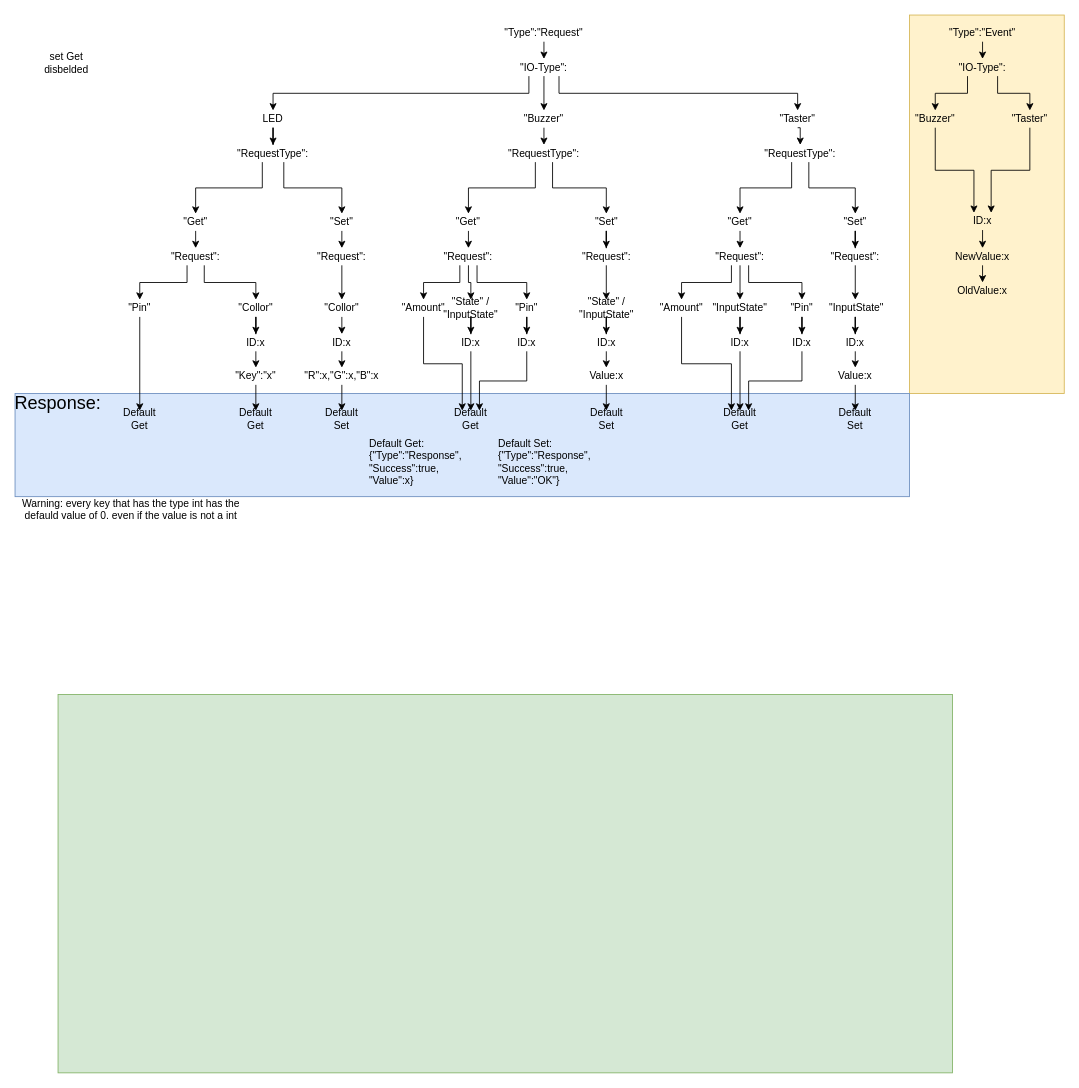
Above: src/BuzzerScript/API Doku NEW.drawio in TheEinfachFelix/GameMaster (draw.io), before the change. Source tidied: cells renumbered, new cells numbered last; positions are measured from the earlier drawing's top-left corner, leaving out a move shared by most shapes. Both pictures are drawn from the tidied source at 86%, with x=0, y=0 at pixel (15, 15).
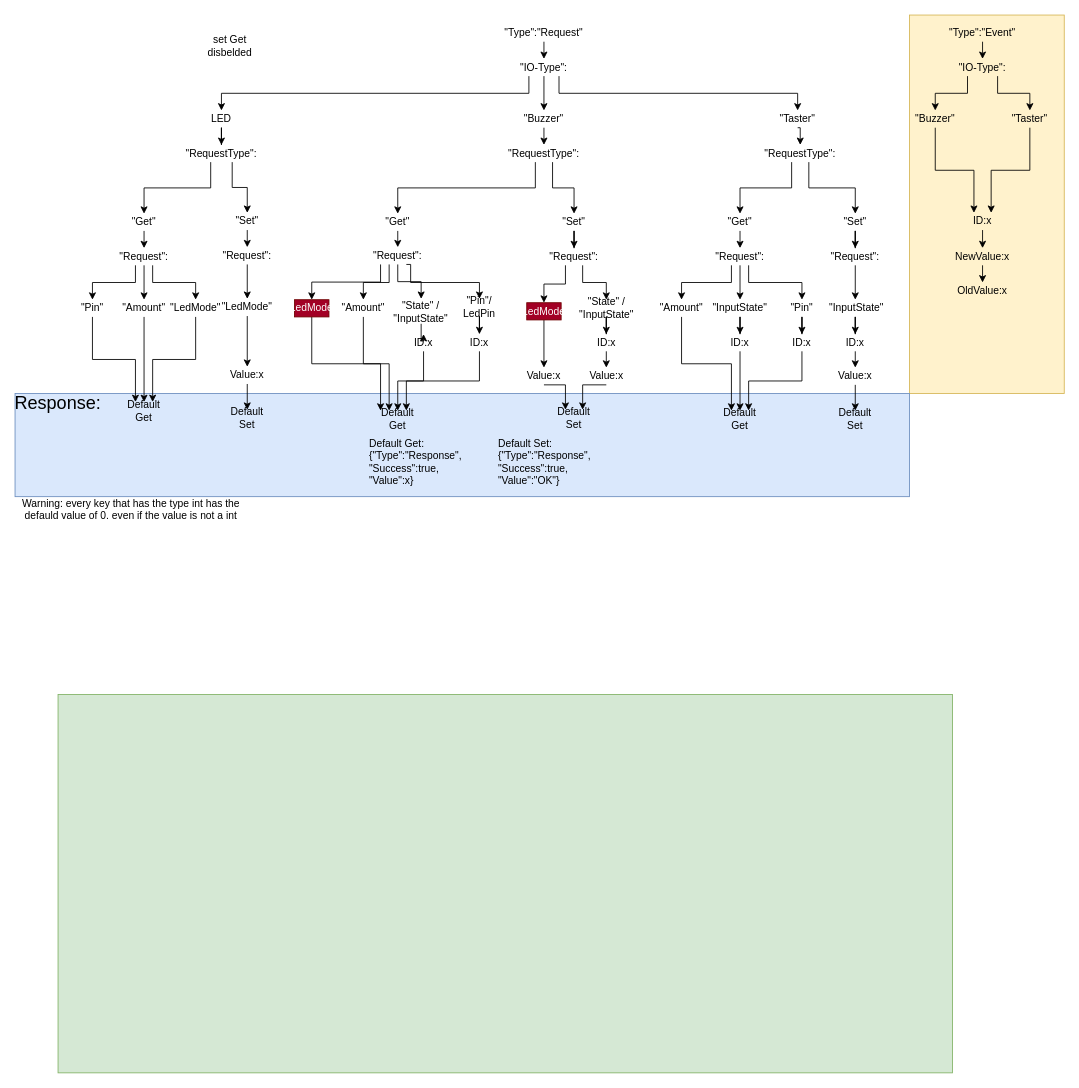
Above is the later version.

Unchanged cells that the change refers to:
```xml
<mxCell id="89" value="Value:x" style="text;html=1;strokeColor=none;fillColor=none;align=center;verticalAlign=middle;whiteSpace=wrap;rounded=0;" parent="1" vertex="1">
  <mxGeometry x="667.5" y="410" width="40" height="20" as="geometry" />
</mxCell>
```

Diff of the diagram source:
```diff
@@
     <mxCell id="9" value="LED" style="text;html=1;strokeColor=none;fillColor=none;align=center;verticalAlign=middle;whiteSpace=wrap;rounded=0;" parent="1" vertex="1">
-      <mxGeometry x="280" y="111" width="40" height="20" as="geometry" />
+      <mxGeometry x="220" y="111" width="40" height="20" as="geometry" />
     </mxCell>
@@
     <mxCell id="19" value="&quot;RequestType&quot;:" style="text;html=1;strokeColor=none;fillColor=none;align=center;verticalAlign=middle;whiteSpace=wrap;rounded=0;" parent="1" vertex="1">
-      <mxGeometry x="275" y="151" width="50" height="20" as="geometry" />
+      <mxGeometry x="215" y="151" width="50" height="20" as="geometry" />
     </mxCell>
@@
     <mxCell id="21" value="&quot;Get&quot;" style="text;html=1;strokeColor=none;fillColor=none;align=center;verticalAlign=middle;whiteSpace=wrap;rounded=0;" parent="1" vertex="1">
-      <mxGeometry x="190" y="231" width="40" height="20" as="geometry" />
+      <mxGeometry x="130" y="231" width="40" height="20" as="geometry" />
     </mxCell>
@@
     <mxCell id="23" value="&quot;Set&quot;" style="text;html=1;strokeColor=none;fillColor=none;align=center;verticalAlign=middle;whiteSpace=wrap;rounded=0;" parent="1" vertex="1">
-      <mxGeometry x="360" y="231" width="40" height="20" as="geometry" />
+      <mxGeometry x="250" y="230" width="40" height="20" as="geometry" />
     </mxCell>
@@
     <mxCell id="28" value="&quot;Get&quot;" style="text;html=1;strokeColor=none;fillColor=none;align=center;verticalAlign=middle;whiteSpace=wrap;rounded=0;" parent="1" vertex="1">
-      <mxGeometry x="507.2" y="231" width="40" height="20" as="geometry" />
+      <mxGeometry x="425" y="231" width="40" height="20" as="geometry" />
     </mxCell>
@@
     <mxCell id="30" value="&quot;Set&quot;" style="text;html=1;strokeColor=none;fillColor=none;align=center;verticalAlign=middle;whiteSpace=wrap;rounded=0;" parent="1" vertex="1">
-      <mxGeometry x="667.5" y="231" width="40" height="20" as="geometry" />
+      <mxGeometry x="630" y="231" width="40" height="20" as="geometry" />
     </mxCell>
@@
-    <mxCell id="37" style="edgeStyle=orthogonalEdgeStyle;rounded=0;jettySize=auto;html=1;exitX=0.75;exitY=1;exitDx=0;exitDy=0;entryX=0.5;entryY=0;entryDx=0;entryDy=0;" parent="1" edge="1" source="38" target="69">
+    <mxCell id="37" style="edgeStyle=orthogonalEdgeStyle;rounded=0;jettySize=auto;html=1;exitX=0.75;exitY=1;exitDx=0;exitDy=0;entryX=0.5;entryY=0;entryDx=0;entryDy=0;" parent="1" edge="1" source="38" target="132">
       <mxGeometry relative="1" as="geometry" />
     </mxCell>
+    <mxCell id="127" style="edgeStyle=orthogonalEdgeStyle;rounded=0;jettySize=auto;html=1;exitX=0.5;exitY=1;exitDx=0;exitDy=0;entryX=0.5;entryY=0;entryDx=0;entryDy=0;" parent="1" edge="1" source="38" target="131">
+      <mxGeometry relative="1" as="geometry" />
+    </mxCell>
     <mxCell id="38" value="&lt;div&gt;&quot;Request&quot;:&lt;/div&gt;" style="text;html=1;strokeColor=none;fillColor=none;align=center;verticalAlign=middle;whiteSpace=wrap;rounded=0;" parent="1" vertex="1">
-      <mxGeometry x="190" y="271" width="40" height="20" as="geometry" />
+      <mxGeometry x="130" y="271" width="40" height="20" as="geometry" />
     </mxCell>
-    <mxCell id="39" style="edgeStyle=orthogonalEdgeStyle;rounded=0;jettySize=auto;html=1;exitX=0.5;exitY=1;exitDx=0;exitDy=0;entryX=0.5;entryY=0;entryDx=0;entryDy=0;" parent="1" edge="1" source="40" target="73">
+    <mxCell id="39" style="edgeStyle=orthogonalEdgeStyle;rounded=0;jettySize=auto;html=1;exitX=0.5;exitY=1;exitDx=0;exitDy=0;entryX=0.5;entryY=0;entryDx=0;entryDy=0;" parent="1" edge="1" source="40" target="133">
       <mxGeometry relative="1" as="geometry" />
     </mxCell>
     <mxCell id="40" value="&lt;div&gt;&quot;Request&quot;:&lt;/div&gt;" style="text;html=1;strokeColor=none;fillColor=none;align=center;verticalAlign=middle;whiteSpace=wrap;rounded=0;" parent="1" vertex="1">
-      <mxGeometry x="360" y="271" width="40" height="20" as="geometry" />
+      <mxGeometry x="250" y="270" width="40" height="20" as="geometry" />
     </mxCell>
-    <mxCell id="41" style="edgeStyle=orthogonalEdgeStyle;rounded=0;jettySize=auto;html=1;exitX=0.5;exitY=1;exitDx=0;exitDy=0;entryX=0.5;entryY=0;entryDx=0;entryDy=0;" parent="1" edge="1" source="43" target="63">
+    <mxCell id="41" style="edgeStyle=orthogonalEdgeStyle;rounded=0;jettySize=auto;html=1;exitX=0.75;exitY=1;exitDx=0;exitDy=0;entryX=0.5;entryY=0;entryDx=0;entryDy=0;" parent="1" edge="1" source="43" target="63">
       <mxGeometry relative="1" as="geometry" />
     </mxCell>
+    <mxCell id="128" style="edgeStyle=orthogonalEdgeStyle;rounded=0;jettySize=auto;html=1;exitX=0;exitY=1;exitDx=0;exitDy=0;entryX=0.5;entryY=0;entryDx=0;entryDy=0;" parent="1" edge="1" source="42" target="135">
+      <mxGeometry relative="1" as="geometry" />
+    </mxCell>
     <mxCell id="42" value="&lt;div&gt;&quot;Request&quot;:&lt;/div&gt;" style="text;html=1;strokeColor=none;fillColor=none;align=center;verticalAlign=middle;whiteSpace=wrap;rounded=0;" parent="1" vertex="1">
-      <mxGeometry x="507.2" y="271" width="40" height="20" as="geometry" />
+      <mxGeometry x="425" y="270" width="40" height="20" as="geometry" />
     </mxCell>
+    <mxCell id="129" style="edgeStyle=orthogonalEdgeStyle;rounded=0;jettySize=auto;html=1;exitX=0.25;exitY=1;exitDx=0;exitDy=0;" parent="1" edge="1" source="43" target="137">
+      <mxGeometry relative="1" as="geometry" />
+    </mxCell>
     <mxCell id="43" value="&lt;div&gt;&quot;Request&quot;:&lt;/div&gt;" style="text;html=1;strokeColor=none;fillColor=none;align=center;verticalAlign=middle;whiteSpace=wrap;rounded=0;" parent="1" vertex="1">
-      <mxGeometry x="667.5" y="271" width="40" height="20" as="geometry" />
+      <mxGeometry x="630" y="271" width="40" height="20" as="geometry" />
     </mxCell>
@@
-    <mxCell id="49" value="&quot;Amount&quot;" style="text;html=1;strokeColor=none;fillColor=none;align=center;verticalAlign=middle;whiteSpace=wrap;rounded=0;" parent="1" vertex="1">
+    <mxCell id="49" value="&quot;Amount&quot;" style="text;html=1;align=center;verticalAlign=middle;whiteSpace=wrap;rounded=0;" parent="1" vertex="1">
       <mxGeometry x="755" y="331" width="40" height="20" as="geometry" />
     </mxCell>
@@
-    <mxCell id="51" value="&quot;Pin&quot;" style="text;html=1;strokeColor=none;fillColor=none;align=center;verticalAlign=middle;whiteSpace=wrap;rounded=0;" parent="1" vertex="1">
+    <mxCell id="51" value="&quot;Pin&quot;" style="text;html=1;align=center;verticalAlign=middle;whiteSpace=wrap;rounded=0;" parent="1" vertex="1">
       <mxGeometry x="895" y="331" width="40" height="20" as="geometry" />
     </mxCell>
@@
-    <mxCell id="53" value="ID:x" style="text;html=1;strokeColor=none;fillColor=none;align=center;verticalAlign=middle;whiteSpace=wrap;rounded=0;" parent="1" vertex="1">
+    <mxCell id="53" value="ID:x" style="text;html=1;align=center;verticalAlign=middle;whiteSpace=wrap;rounded=0;" parent="1" vertex="1">
       <mxGeometry x="895" y="371" width="40" height="20" as="geometry" />
     </mxCell>
     <mxCell id="54" style="edgeStyle=orthogonalEdgeStyle;rounded=0;jettySize=auto;html=1;exitX=0.25;exitY=1;exitDx=0;exitDy=0;entryX=0.5;entryY=0;entryDx=0;entryDy=0;" parent="1" edge="1" source="42" target="57">
       <mxGeometry relative="1" as="geometry">
         <Array as="points">
-          <mxPoint x="517" y="311" />
-          <mxPoint x="475" y="311" />
+          <mxPoint x="435" y="311" />
+          <mxPoint x="405" y="311" />
         </Array>
       </mxGeometry>
     </mxCell>
     <mxCell id="55" style="edgeStyle=orthogonalEdgeStyle;rounded=0;jettySize=auto;html=1;entryX=0.5;entryY=0;entryDx=0;entryDy=0;exitX=0.75;exitY=1;exitDx=0;exitDy=0;" parent="1" edge="1" source="42" target="59">
       <mxGeometry relative="1" as="geometry">
         <Array as="points">
-          <mxPoint x="537" y="311" />
-          <mxPoint x="595" y="311" />
+          <mxPoint x="460" y="290" />
+          <mxPoint x="460" y="311" />
+          <mxPoint x="540" y="311" />
         </Array>
       </mxGeometry>
     </mxCell>
@@
-    <mxCell id="57" value="&quot;Amount&quot;" style="text;html=1;strokeColor=none;fillColor=none;align=center;verticalAlign=middle;whiteSpace=wrap;rounded=0;" parent="1" vertex="1">
-      <mxGeometry x="455" y="331" width="40" height="20" as="geometry" />
+    <mxCell id="57" value="&quot;Amount&quot;" style="text;html=1;align=center;verticalAlign=middle;whiteSpace=wrap;rounded=0;" parent="1" vertex="1">
+      <mxGeometry x="385" y="331" width="40" height="20" as="geometry" />
     </mxCell>
@@
-    <mxCell id="59" value="&quot;Pin&quot;" style="text;html=1;strokeColor=none;fillColor=none;align=center;verticalAlign=middle;whiteSpace=wrap;rounded=0;" parent="1" vertex="1">
-      <mxGeometry x="575" y="331" width="40" height="20" as="geometry" />
+    <mxCell id="59" value="&quot;Pin&quot;/&lt;br&gt;LedPin" style="text;html=1;align=center;verticalAlign=middle;whiteSpace=wrap;rounded=0;" parent="1" vertex="1">
+      <mxGeometry x="520" y="330" width="40" height="20" as="geometry" />
     </mxCell>
@@
-    <mxCell id="61" value="ID:x" style="text;html=1;strokeColor=none;fillColor=none;align=center;verticalAlign=middle;whiteSpace=wrap;rounded=0;" parent="1" vertex="1">
-      <mxGeometry x="575" y="371" width="40" height="20" as="geometry" />
+    <mxCell id="61" value="ID:x" style="text;html=1;align=center;verticalAlign=middle;whiteSpace=wrap;rounded=0;" parent="1" vertex="1">
+      <mxGeometry x="520" y="371" width="40" height="20" as="geometry" />
     </mxCell>
@@
-    <mxCell id="63" value="&quot;State&quot; / &quot;InputState&quot;" style="text;html=1;strokeColor=none;fillColor=none;align=center;verticalAlign=middle;whiteSpace=wrap;rounded=0;" parent="1" vertex="1">
+    <mxCell id="63" value="&quot;State&quot; / &quot;InputState&quot;" style="text;html=1;align=center;verticalAlign=middle;whiteSpace=wrap;rounded=0;" parent="1" vertex="1">
       <mxGeometry x="667.5" y="331" width="40" height="20" as="geometry" />
     </mxCell>
@@
-    <mxCell id="66" style="edgeStyle=orthogonalEdgeStyle;rounded=0;jettySize=auto;html=1;exitX=0.5;exitY=1;exitDx=0;exitDy=0;entryX=0.5;entryY=0;entryDx=0;entryDy=0;" parent="1" edge="1" source="67" target="94">
+    <mxCell id="66" style="edgeStyle=orthogonalEdgeStyle;rounded=0;jettySize=auto;html=1;exitX=0.5;exitY=1;exitDx=0;exitDy=0;entryX=0.25;entryY=0;entryDx=0;entryDy=0;" parent="1" edge="1" source="67" target="94">
       <mxGeometry relative="1" as="geometry" />
     </mxCell>
-    <mxCell id="67" value="&quot;Pin&quot;" style="text;html=1;strokeColor=none;fillColor=none;align=center;verticalAlign=middle;whiteSpace=wrap;rounded=0;" parent="1" vertex="1">
-      <mxGeometry x="125" y="331" width="40" height="20" as="geometry" />
+    <mxCell id="67" value="&quot;Pin&quot;" style="text;html=1;align=center;verticalAlign=middle;whiteSpace=wrap;rounded=0;" parent="1" vertex="1">
+      <mxGeometry x="70" y="331" width="40" height="20" as="geometry" />
     </mxCell>
-    <mxCell id="68" style="edgeStyle=orthogonalEdgeStyle;rounded=0;jettySize=auto;html=1;exitX=0.5;exitY=1;exitDx=0;exitDy=0;" parent="1" edge="1" source="69" target="71">
-      <mxGeometry relative="1" as="geometry" />
-    </mxCell>
-    <mxCell id="69" value="&quot;Collor&quot;" style="text;html=1;strokeColor=none;fillColor=none;align=center;verticalAlign=middle;whiteSpace=wrap;rounded=0;" parent="1" vertex="1">
-      <mxGeometry x="260" y="331" width="40" height="20" as="geometry" />
-    </mxCell>
-    <mxCell id="70" style="edgeStyle=orthogonalEdgeStyle;rounded=0;jettySize=auto;html=1;exitX=0.5;exitY=1;exitDx=0;exitDy=0;entryX=0.5;entryY=0;entryDx=0;entryDy=0;" parent="1" edge="1" source="71" target="91">
-      <mxGeometry relative="1" as="geometry" />
-    </mxCell>
-    <mxCell id="71" value="ID:x" style="text;html=1;strokeColor=none;fillColor=none;align=center;verticalAlign=middle;whiteSpace=wrap;rounded=0;" parent="1" vertex="1">
-      <mxGeometry x="260" y="371" width="40" height="20" as="geometry" />
-    </mxCell>
-    <mxCell id="72" style="edgeStyle=orthogonalEdgeStyle;rounded=0;jettySize=auto;html=1;exitX=0.5;exitY=1;exitDx=0;exitDy=0;entryX=0.5;entryY=0;entryDx=0;entryDy=0;" parent="1" edge="1" source="73" target="75">
-      <mxGeometry relative="1" as="geometry" />
-    </mxCell>
-    <mxCell id="73" value="&quot;Collor&quot;" style="text;html=1;strokeColor=none;fillColor=none;align=center;verticalAlign=middle;whiteSpace=wrap;rounded=0;" parent="1" vertex="1">
-      <mxGeometry x="360" y="331" width="40" height="20" as="geometry" />
-    </mxCell>
-    <mxCell id="74" style="edgeStyle=orthogonalEdgeStyle;rounded=0;jettySize=auto;html=1;exitX=0.5;exitY=1;exitDx=0;exitDy=0;entryX=0.5;entryY=0;entryDx=0;entryDy=0;" parent="1" edge="1" source="75" target="77">
+    <mxCell id="74" style="edgeStyle=orthogonalEdgeStyle;rounded=0;jettySize=auto;html=1;exitX=0.5;exitY=1;exitDx=0;exitDy=0;entryX=0.5;entryY=0;entryDx=0;entryDy=0;" parent="1" edge="1" source="133" target="77">
       <mxGeometry relative="1" as="geometry" />
     </mxCell>
-    <mxCell id="75" value="ID:x" style="text;html=1;strokeColor=none;fillColor=none;align=center;verticalAlign=middle;whiteSpace=wrap;rounded=0;" parent="1" vertex="1">
-      <mxGeometry x="360" y="371" width="40" height="20" as="geometry" />
-    </mxCell>
@@
-    <mxCell id="77" value="&quot;R&quot;:x,&quot;G&quot;:x,&quot;B&quot;:x" style="text;html=1;strokeColor=none;fillColor=none;align=center;verticalAlign=middle;whiteSpace=wrap;rounded=0;" parent="1" vertex="1">
-      <mxGeometry x="360" y="410" width="40" height="20" as="geometry" />
+    <mxCell id="77" value="Value:x" style="text;html=1;strokeColor=none;fillColor=none;align=center;verticalAlign=middle;whiteSpace=wrap;rounded=0;" parent="1" vertex="1">
+      <mxGeometry x="250" y="409" width="40" height="20" as="geometry" />
     </mxCell>
@@
     <mxCell id="80" value="Default Set" style="text;html=1;strokeColor=none;fillColor=none;align=center;verticalAlign=middle;whiteSpace=wrap;rounded=0;" parent="1" vertex="1">
-      <mxGeometry x="360" y="460" width="40" height="20" as="geometry" />
+      <mxGeometry x="250" y="459" width="40" height="20" as="geometry" />
     </mxCell>
     <mxCell id="81" value="Default Set" style="text;html=1;strokeColor=none;fillColor=none;align=center;verticalAlign=middle;whiteSpace=wrap;rounded=0;" parent="1" vertex="1">
-      <mxGeometry x="667.5" y="460" width="40" height="20" as="geometry" />
+      <mxGeometry x="630" y="459" width="40" height="20" as="geometry" />
     </mxCell>
@@
-    <mxCell id="84" value="&quot;State&quot; / &quot;InputState&quot;" style="text;html=1;strokeColor=none;fillColor=none;align=center;verticalAlign=middle;whiteSpace=wrap;rounded=0;" parent="1" vertex="1">
-      <mxGeometry x="510" y="331" width="40" height="20" as="geometry" />
+    <mxCell id="84" value="&quot;State&quot; / &quot;InputState&quot;" style="text;html=1;align=center;verticalAlign=middle;whiteSpace=wrap;rounded=0;" parent="1" vertex="1">
+      <mxGeometry x="447.2" y="330" width="50" height="29" as="geometry" />
     </mxCell>
@@
     <mxCell id="86" value="ID:x" style="text;html=1;strokeColor=none;fillColor=none;align=center;verticalAlign=middle;whiteSpace=wrap;rounded=0;" parent="1" vertex="1">
-      <mxGeometry x="510" y="371" width="40" height="20" as="geometry" />
+      <mxGeometry x="455" y="371" width="40" height="20" as="geometry" />
     </mxCell>
@@
-    <mxCell id="88" style="edgeStyle=orthogonalEdgeStyle;rounded=0;jettySize=auto;html=1;exitX=0.5;exitY=1;exitDx=0;exitDy=0;entryX=0.5;entryY=0;entryDx=0;entryDy=0;" parent="1" edge="1" source="89" target="81">
+    <mxCell id="88" style="edgeStyle=orthogonalEdgeStyle;rounded=0;jettySize=auto;html=1;exitX=0.5;exitY=1;exitDx=0;exitDy=0;entryX=0.75;entryY=0;entryDx=0;entryDy=0;" parent="1" edge="1" source="89" target="81">
       <mxGeometry relative="1" as="geometry" />
     </mxCell>
@@
-    <mxCell id="90" style="edgeStyle=orthogonalEdgeStyle;rounded=0;jettySize=auto;html=1;exitX=0.5;exitY=1;exitDx=0;exitDy=0;entryX=0.5;entryY=0;entryDx=0;entryDy=0;" parent="1" edge="1" source="91">
-      <mxGeometry relative="1" as="geometry">
-        <mxPoint x="280" y="460" as="targetPoint" />
-      </mxGeometry>
+    <mxCell id="90" style="edgeStyle=orthogonalEdgeStyle;rounded=0;jettySize=auto;html=1;exitX=0.5;exitY=1;exitDx=0;exitDy=0;entryX=0.75;entryY=0;entryDx=0;entryDy=0;" parent="1" edge="1" source="132" target="94">
+      <mxGeometry relative="1" as="geometry" />
     </mxCell>
-    <mxCell id="91" value="&quot;Key&quot;:&quot;x&quot;" style="text;html=1;strokeColor=none;fillColor=none;align=center;verticalAlign=middle;whiteSpace=wrap;rounded=0;" parent="1" vertex="1">
-      <mxGeometry x="260" y="410" width="40" height="20" as="geometry" />
-    </mxCell>
@@
-    <mxCell id="93" value="Default Get" style="text;html=1;strokeColor=none;fillColor=none;align=center;verticalAlign=middle;whiteSpace=wrap;rounded=0;" parent="1" vertex="1">
-      <mxGeometry x="260" y="460" width="40" height="20" as="geometry" />
-    </mxCell>
     <mxCell id="94" value="Default Get" style="text;html=1;strokeColor=none;fillColor=none;align=center;verticalAlign=middle;whiteSpace=wrap;rounded=0;" parent="1" vertex="1">
-      <mxGeometry x="125" y="460" width="40" height="20" as="geometry" />
+      <mxGeometry x="130" y="450" width="40" height="20" as="geometry" />
     </mxCell>
     <mxCell id="95" value="Default Get" style="text;html=1;strokeColor=none;fillColor=none;align=center;verticalAlign=middle;whiteSpace=wrap;rounded=0;" parent="1" vertex="1">
-      <mxGeometry x="510" y="460" width="40" height="20" as="geometry" />
+      <mxGeometry x="425" y="460" width="40" height="20" as="geometry" />
     </mxCell>
@@
     <mxCell id="126" value="set Get disbelded" style="text;html=1;align=center;verticalAlign=middle;whiteSpace=wrap;rounded=0;" parent="1" vertex="1">
-      <mxGeometry x="30" y="41" width="60" height="30" as="geometry" />
+      <mxGeometry x="220" y="21" width="60" height="30" as="geometry" />
     </mxCell>
+    <mxCell id="130" style="edgeStyle=orthogonalEdgeStyle;rounded=0;jettySize=auto;html=1;exitX=0.5;exitY=1;exitDx=0;exitDy=0;entryX=0.5;entryY=0;entryDx=0;entryDy=0;" parent="1" edge="1" source="131" target="94">
+      <mxGeometry relative="1" as="geometry" />
+    </mxCell>
+    <mxCell id="131" value="&quot;Amount&quot;" style="text;html=1;align=center;verticalAlign=middle;whiteSpace=wrap;rounded=0;" parent="1" vertex="1">
+      <mxGeometry x="130" y="331" width="40" height="20" as="geometry" />
+    </mxCell>
+    <mxCell id="132" value="&quot;LedMode&quot;" style="text;html=1;align=center;verticalAlign=middle;whiteSpace=wrap;rounded=0;" parent="1" vertex="1">
+      <mxGeometry x="190" y="331" width="40" height="20" as="geometry" />
+    </mxCell>
+    <mxCell id="133" value="&quot;LedMode&quot;" style="text;html=1;align=center;verticalAlign=middle;whiteSpace=wrap;rounded=0;" parent="1" vertex="1">
+      <mxGeometry x="250" y="330" width="40" height="20" as="geometry" />
+    </mxCell>
+    <mxCell id="134" style="edgeStyle=orthogonalEdgeStyle;rounded=0;jettySize=auto;html=1;exitX=0.5;exitY=1;exitDx=0;exitDy=0;entryX=0;entryY=0;entryDx=0;entryDy=0;" parent="1" edge="1" source="135" target="95">
+      <mxGeometry relative="1" as="geometry" />
+    </mxCell>
+    <mxCell id="135" value="&quot;LedMode&quot;" style="text;html=1;strokeColor=#6F0000;fillColor=#a20025;align=center;verticalAlign=middle;whiteSpace=wrap;rounded=0;fontColor=#ffffff;" parent="1" vertex="1">
+      <mxGeometry x="325" y="331" width="40" height="20" as="geometry" />
+    </mxCell>
+    <mxCell id="136" style="edgeStyle=orthogonalEdgeStyle;rounded=0;jettySize=auto;html=1;exitX=0.5;exitY=1;exitDx=0;exitDy=0;entryX=0.5;entryY=0;entryDx=0;entryDy=0;" parent="1" edge="1" source="137" target="139">
+      <mxGeometry relative="1" as="geometry" />
+    </mxCell>
+    <mxCell id="137" value="&quot;LedMode&quot;" style="text;html=1;strokeColor=#6F0000;fillColor=#a20025;align=center;verticalAlign=middle;whiteSpace=wrap;rounded=0;fontColor=#ffffff;" parent="1" vertex="1">
+      <mxGeometry x="595" y="334.5" width="40" height="20" as="geometry" />
+    </mxCell>
+    <mxCell id="138" style="edgeStyle=orthogonalEdgeStyle;rounded=0;jettySize=auto;html=1;exitX=0.5;exitY=1;exitDx=0;exitDy=0;entryX=0.25;entryY=0;entryDx=0;entryDy=0;" parent="1" edge="1" source="139" target="81">
+      <mxGeometry relative="1" as="geometry" />
+    </mxCell>
+    <mxCell id="139" value="Value:x" style="text;html=1;strokeColor=none;fillColor=none;align=center;verticalAlign=middle;whiteSpace=wrap;rounded=0;" parent="1" vertex="1">
+      <mxGeometry x="595" y="410" width="40" height="20" as="geometry" />
+    </mxCell>
```
